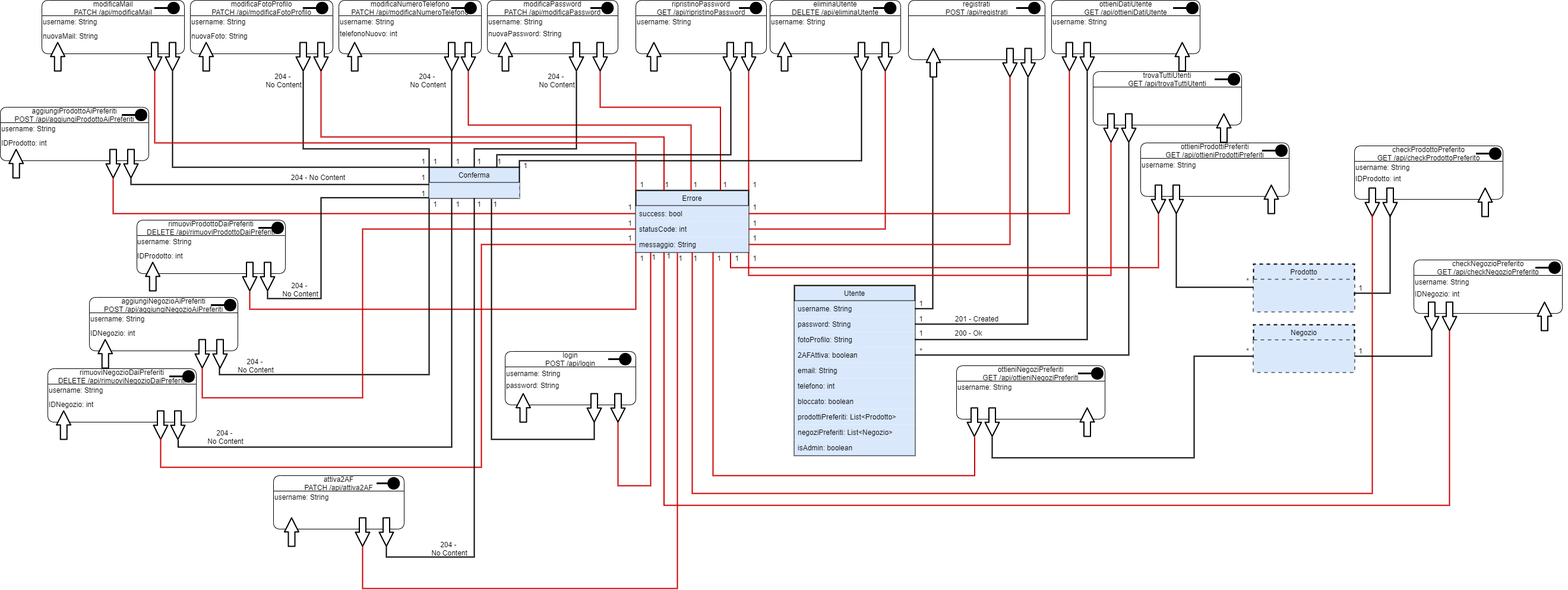
This is UML/Diagramma Risorse/Diagramma Risorse Utente.png from G15-UniTN/iSpesa, a draw.io export, as it was before one commit. Source tidied: cells renumbered, new cells last; positions are measured from the earlier drawing's top-left corner, leaving out a move shared by most shapes.
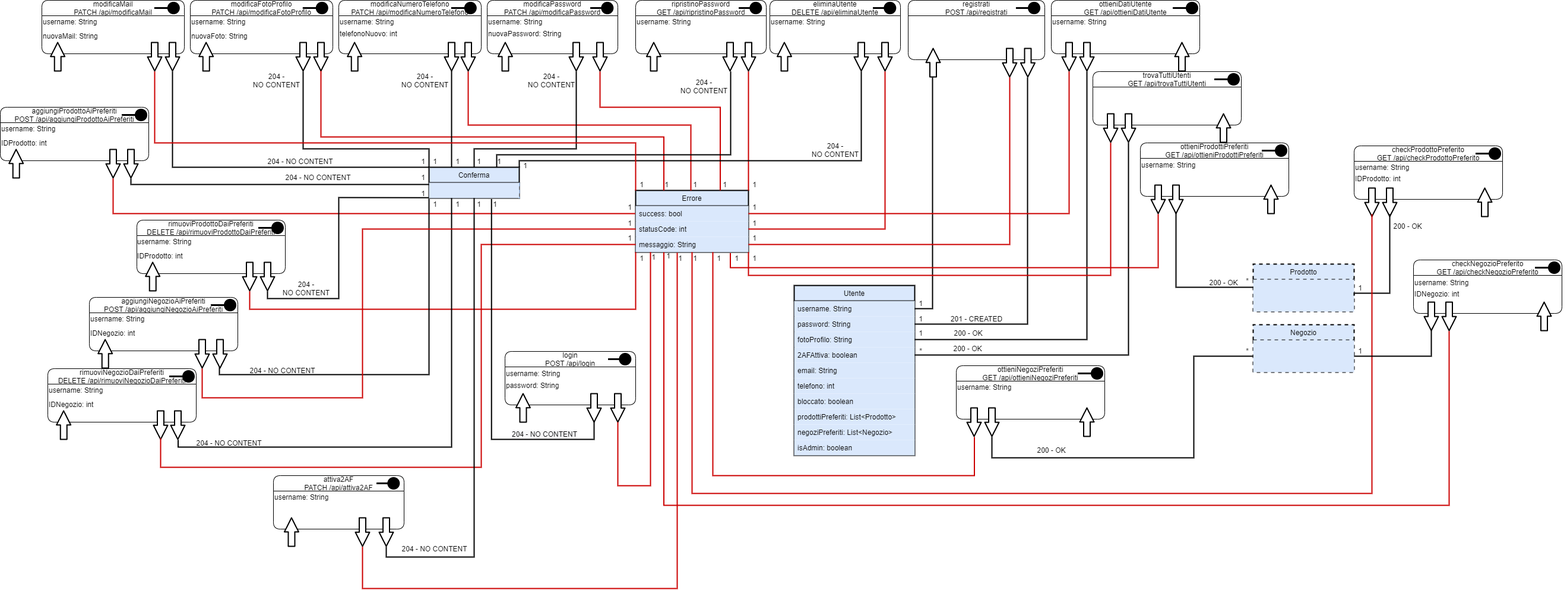
Later version of the same file.

Diff of the diagram source:
```diff
@@ -135,8 +135,8 @@
     <mxCell id="34" value="1" style="text;html=1;align=center;verticalAlign=middle;strokeColor=none;" parent="1" vertex="1">
       <mxGeometry x="1540" y="500" width="20" height="20" as="geometry" />
     </mxCell>
-    <mxCell id="35" value="201 - Created" style="text;html=1;align=center;verticalAlign=middle;strokeColor=none;fillColor=#ffffff;" parent="1" vertex="1">
-      <mxGeometry x="1599" y="526" width="90" height="20" as="geometry" />
+    <mxCell id="35" value="201 - CREATED" style="text;html=1;align=center;verticalAlign=middle;strokeColor=none;fillColor=#ffffff;" parent="1" vertex="1">
+      <mxGeometry x="1594" y="526" width="100" height="20" as="geometry" />
     </mxCell>
     <mxCell id="36" value="1" style="text;html=1;align=center;verticalAlign=middle;strokeColor=none;" parent="1" vertex="1">
       <mxGeometry x="1540" y="526" width="20" height="20" as="geometry" />
@@ -377,8 +377,8 @@
     <mxCell id="83" value="1" style="text;html=1;align=center;verticalAlign=middle;strokeColor=none;" parent="1" vertex="1">
       <mxGeometry x="760" y="261" width="20" height="20" as="geometry" />
     </mxCell>
-    <mxCell id="84" value="204 - &lt;br&gt;No Content" style="text;html=1;align=center;verticalAlign=middle;strokeColor=none;" parent="1" vertex="1">
-      <mxGeometry x="680" y="120" width="80" height="30" as="geometry" />
+    <mxCell id="84" value="204 -&lt;br&gt;NO CONTENT" style="text;html=1;align=center;verticalAlign=middle;strokeColor=none;" parent="1" vertex="1">
+      <mxGeometry x="670" y="120" width="90" height="30" as="geometry" />
     </mxCell>
     <mxCell id="85" style="endArrow=none;html=1;targetPerimeterSpacing=1;strokeWidth=2;fillColor=#ffffff;edgeStyle=orthogonalEdgeStyle;rounded=0;endFill=0;entryX=0.5;entryY=0;entryDx=0;entryDy=0;" parent="1" edge="1" target="24">
       <mxGeometry relative="1" as="geometry">
@@ -389,8 +389,8 @@
         </Array>
       </mxGeometry>
     </mxCell>
-    <mxCell id="86" value="204 - &lt;br&gt;No Content" style="text;html=1;align=center;verticalAlign=middle;strokeColor=none;" parent="1" vertex="1">
-      <mxGeometry x="897" y="120" width="80" height="30" as="geometry" />
+    <mxCell id="86" value="204 -&lt;br&gt;NO CONTENT" style="text;html=1;align=center;verticalAlign=middle;strokeColor=none;" parent="1" vertex="1">
+      <mxGeometry x="883" y="120" width="90" height="30" as="geometry" />
     </mxCell>
     <mxCell id="87" value="1" style="text;html=1;align=center;verticalAlign=middle;strokeColor=none;" parent="1" vertex="1">
       <mxGeometry x="796" y="261" width="20" height="20" as="geometry" />
@@ -407,8 +407,8 @@
     <mxCell id="89" value="1" style="text;html=1;align=center;verticalAlign=middle;strokeColor=none;" parent="1" vertex="1">
       <mxGeometry x="830" y="261" width="20" height="20" as="geometry" />
     </mxCell>
-    <mxCell id="90" value="204 - &lt;br&gt;No Content" style="text;html=1;align=center;verticalAlign=middle;strokeColor=none;" parent="1" vertex="1">
-      <mxGeometry x="437" y="120" width="80" height="30" as="geometry" />
+    <mxCell id="90" value="204 -&lt;br&gt;NO CONTENT" style="text;html=1;align=center;verticalAlign=middle;strokeColor=none;" parent="1" vertex="1">
+      <mxGeometry x="420" y="120" width="90" height="30" as="geometry" />
     </mxCell>
     <mxCell id="91" style="endArrow=none;html=1;targetPerimeterSpacing=1;strokeWidth=2;fillColor=#ffffff;edgeStyle=orthogonalEdgeStyle;rounded=0;endFill=0;entryX=1;entryY=0;entryDx=0;entryDy=0;" parent="1" edge="1" target="24">
       <mxGeometry relative="1" as="geometry">
@@ -480,8 +480,8 @@
     <mxCell id="103" value="1" style="text;html=1;align=center;verticalAlign=middle;strokeColor=none;" parent="1" vertex="1">
       <mxGeometry x="874" y="268" width="20" height="20" as="geometry" />
     </mxCell>
-    <mxCell id="104" value="204 - No Content" style="text;html=1;align=center;verticalAlign=middle;strokeColor=none;" parent="1" vertex="1">
-      <mxGeometry x="480" y="288" width="110" height="20" as="geometry" />
+    <mxCell id="104" value="204 - NO CONTENT" style="text;html=1;align=center;verticalAlign=middle;strokeColor=none;" parent="1" vertex="1">
+      <mxGeometry x="470" y="288" width="130" height="20" as="geometry" />
     </mxCell>
     <mxCell id="105" style="group;" parent="1" vertex="1">
       <mxGeometry x="230" y="370" width="250" height="120" as="geometry" />
@@ -524,13 +524,13 @@
         <mxPoint x="450" y="490" as="sourcePoint" />
         <Array as="points">
           <mxPoint x="450" y="502" />
-          <mxPoint x="540" y="502" />
-          <mxPoint x="540" y="332" />
+          <mxPoint x="570" y="502" />
+          <mxPoint x="570" y="332" />
         </Array>
       </mxGeometry>
     </mxCell>
-    <mxCell id="114" value="204 - &lt;br&gt;No Content" style="text;html=1;align=center;verticalAlign=middle;strokeColor=none;" parent="1" vertex="1">
-      <mxGeometry x="465" y="472" width="80" height="30" as="geometry" />
+    <mxCell id="114" value="204 -&lt;br&gt;NO CONTENT" style="text;html=1;align=center;verticalAlign=middle;strokeColor=none;" parent="1" vertex="1">
+      <mxGeometry x="470" y="470" width="90" height="30" as="geometry" />
     </mxCell>
     <mxCell id="115" style="endArrow=none;html=1;targetPerimeterSpacing=1;strokeWidth=2;fillColor=#f8cecc;edgeStyle=orthogonalEdgeStyle;rounded=0;endFill=0;entryX=0;entryY=1;entryDx=0;entryDy=0;strokeColor=#CC0000;" parent="1" edge="1" target="13">
       <mxGeometry relative="1" as="geometry">
@@ -625,8 +625,8 @@
     <mxCell id="133" value="1" style="text;html=1;align=center;verticalAlign=middle;points=[];strokeColor=none;" parent="1" vertex="1">
       <mxGeometry x="702" y="315" width="20" height="20" as="geometry" />
     </mxCell>
-    <mxCell id="134" value="204 - &lt;br&gt;No Content" style="text;html=1;align=center;verticalAlign=middle;strokeColor=none;" parent="1" vertex="1">
-      <mxGeometry x="390" y="600" width="80" height="30" as="geometry" />
+    <mxCell id="134" value="204 - NO CONTENT" style="text;html=1;align=center;verticalAlign=middle;strokeColor=none;" parent="1" vertex="1">
+      <mxGeometry x="410" y="613" width="130" height="20" as="geometry" />
     </mxCell>
     <mxCell id="135" value="1" style="text;html=1;align=center;verticalAlign=middle;strokeColor=none;" parent="1" vertex="1">
       <mxGeometry x="722" y="333" width="20" height="20" as="geometry" />
@@ -643,8 +643,8 @@
     <mxCell id="137" value="1" style="text;html=1;align=center;verticalAlign=middle;strokeColor=none;" parent="1" vertex="1">
       <mxGeometry x="760" y="333" width="20" height="20" as="geometry" />
     </mxCell>
-    <mxCell id="138" value="204 - &lt;br&gt;No Content" style="text;html=1;align=center;verticalAlign=middle;strokeColor=none;" parent="1" vertex="1">
-      <mxGeometry x="339" y="720" width="80" height="30" as="geometry" />
+    <mxCell id="138" value="204 - NO CONTENT" style="text;html=1;align=center;verticalAlign=middle;strokeColor=none;" parent="1" vertex="1">
+      <mxGeometry x="320" y="735" width="130" height="20" as="geometry" />
     </mxCell>
     <mxCell id="139" style="endArrow=none;html=1;targetPerimeterSpacing=1;strokeWidth=2;fillColor=#f8cecc;edgeStyle=orthogonalEdgeStyle;rounded=0;endFill=0;entryX=0;entryY=0.5;entryDx=0;entryDy=0;strokeColor=#CC0000;" parent="1" edge="1" target="15">
       <mxGeometry relative="1" as="geometry">
@@ -727,7 +727,7 @@
         </Array>
       </mxGeometry>
     </mxCell>
-    <mxCell id="154" value="200 - Ok" style="text;html=1;align=center;verticalAlign=middle;strokeColor=none;" parent="1" vertex="1">
+    <mxCell id="154" value="200 - OK" style="text;html=1;align=center;verticalAlign=middle;strokeColor=none;" parent="1" vertex="1">
       <mxGeometry x="1600" y="550" width="60" height="20" as="geometry" />
     </mxCell>
     <mxCell id="155" value="1" style="text;html=1;align=center;verticalAlign=middle;strokeColor=none;" parent="1" vertex="1">
@@ -1217,8 +1217,32 @@
     <mxCell id="251" value="1" style="text;html=1;align=center;verticalAlign=middle;strokeColor=none;" parent="1" vertex="1">
       <mxGeometry x="796" y="333" width="20" height="20" as="geometry" />
     </mxCell>
-    <mxCell id="252" value="204 - &lt;br&gt;No Content" style="text;html=1;align=center;verticalAlign=middle;strokeColor=none;" parent="1" vertex="1">
-      <mxGeometry x="716" y="908" width="80" height="30" as="geometry" />
+    <mxCell id="252" value="204 - NO CONTENT" style="text;html=1;align=center;verticalAlign=middle;strokeColor=none;" parent="1" vertex="1">
+      <mxGeometry x="666" y="913" width="130" height="20" as="geometry" />
     </mxCell>
+    <mxCell id="253" value="&lt;span style=&quot;color: rgb(0, 0, 0); font-family: helvetica; font-size: 12px; font-style: normal; font-weight: 400; letter-spacing: normal; text-align: center; text-indent: 0px; text-transform: none; word-spacing: 0px; background-color: rgb(248, 249, 250); display: inline; float: none;&quot;&gt;204 - NO CONTENT&lt;/span&gt;" style="text;whiteSpace=wrap;html=1;" parent="1" vertex="1">
+      <mxGeometry x="860" y="717" width="140" height="30" as="geometry" />
+    </mxCell>
+    <mxCell id="254" value="200 - OK" style="text;html=1;align=center;verticalAlign=middle;strokeColor=none;" parent="1" vertex="1">
+      <mxGeometry x="1740" y="747" width="60" height="20" as="geometry" />
+    </mxCell>
+    <mxCell id="255" value="200 - OK" style="text;html=1;align=center;verticalAlign=middle;strokeColor=none;" parent="1" vertex="1">
+      <mxGeometry x="1599" y="576" width="60" height="20" as="geometry" />
+    </mxCell>
+    <mxCell id="256" value="200 - OK" style="text;html=1;align=center;verticalAlign=middle;strokeColor=none;" parent="1" vertex="1">
+      <mxGeometry x="2340" y="370" width="60" height="20" as="geometry" />
+    </mxCell>
+    <mxCell id="257" value="200 - OK" style="text;html=1;align=center;verticalAlign=middle;strokeColor=none;" parent="1" vertex="1">
+      <mxGeometry x="2030" y="464.5" width="60" height="20" as="geometry" />
+    </mxCell>
+    <mxCell id="258" value="204 -&lt;br&gt;NO CONTENT" style="text;html=1;align=center;verticalAlign=middle;strokeColor=none;" parent="1" vertex="1">
+      <mxGeometry x="1140" y="130" width="90" height="30" as="geometry" />
+    </mxCell>
+    <mxCell id="259" value="204 -&lt;br&gt;NO CONTENT" style="text;html=1;align=center;verticalAlign=middle;strokeColor=none;" parent="1" vertex="1">
+      <mxGeometry x="1361" y="237" width="90" height="30" as="geometry" />
+    </mxCell>
+    <mxCell id="260" value="204 - NO CONTENT" style="text;html=1;align=center;verticalAlign=middle;strokeColor=none;" parent="1" vertex="1">
+      <mxGeometry x="440" y="261" width="130" height="20" as="geometry" />
+    </mxCell>
   </root>
 </mxGraphModel>
```
